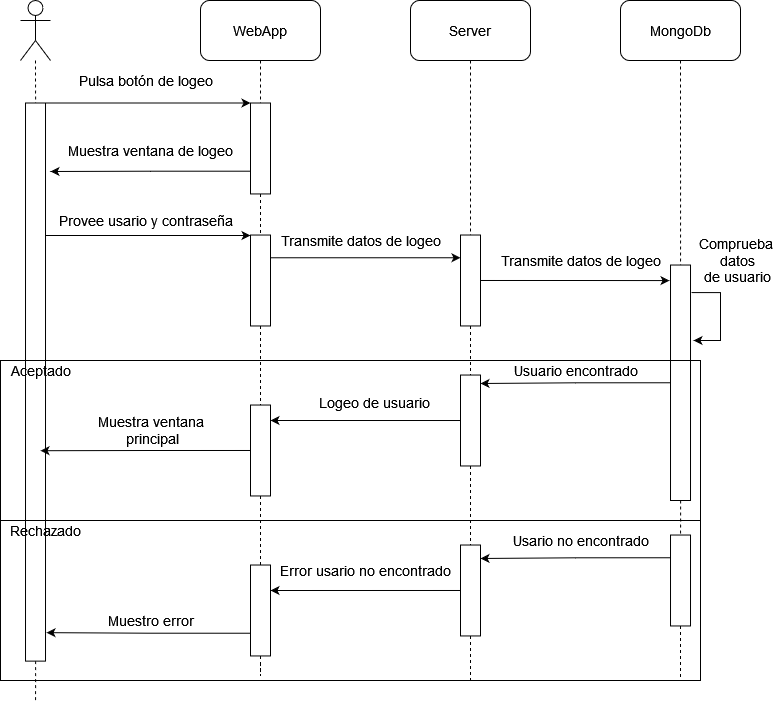
Arquisoft/dede_es4b keeps this draw.io diagram as docs/images/Login.png. Above is the earlier version. Source tidied: cells renumbered, new cells last; positions are measured from the earlier drawing's top-left corner, leaving out a move shared by most shapes.
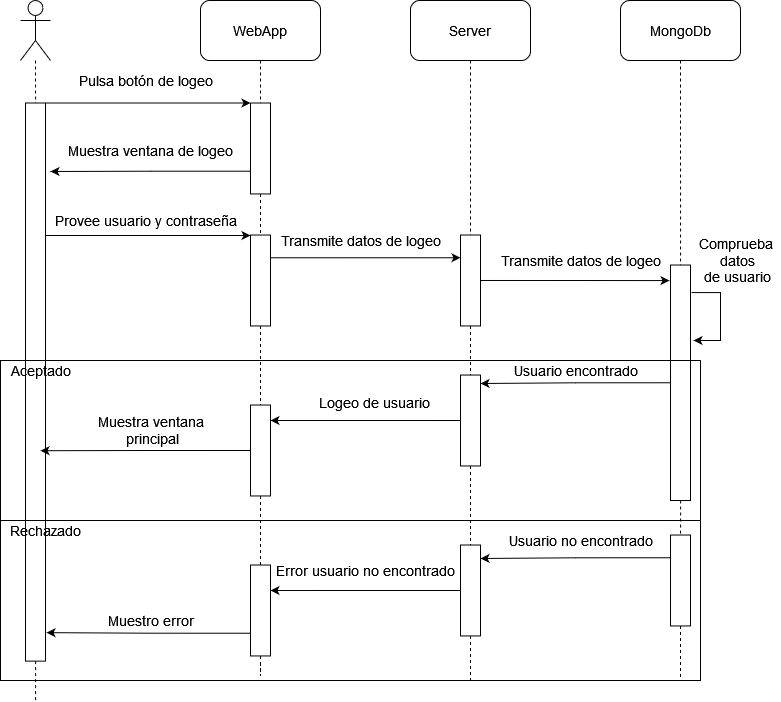
After the change.

Commit message:
Correción apartado 6 de la documentacion V1

Change to the diagram source:
```diff
@@ -77,8 +77,8 @@
     <mxCell id="21" style="edgeStyle=orthogonalEdgeStyle;rounded=0;jettySize=auto;html=1;dashed=1;fontSize=14;fontColor=none;endArrow=none;endFill=0;startArrow=none;" parent="1" edge="1" source="14" target="20">
       <mxGeometry relative="1" as="geometry" />
     </mxCell>
-    <mxCell id="22" value="Provee usario y contraseña" style="text;html=1;align=center;verticalAlign=middle;strokeColor=none;fillColor=none;fontSize=14;fontColor=none;" parent="1" vertex="1">
-      <mxGeometry x="294" y="210" width="190" height="20" as="geometry" />
+    <mxCell id="22" value="Provee usuario y contraseña" style="text;html=1;align=center;verticalAlign=middle;strokeColor=none;fillColor=none;fontSize=14;fontColor=none;" parent="1" vertex="1">
+      <mxGeometry x="289" y="210" width="200" height="20" as="geometry" />
     </mxCell>
     <mxCell id="23" style="edgeStyle=orthogonalEdgeStyle;rounded=0;jettySize=auto;html=1;exitX=0.5;exitY=0;exitDx=0;exitDy=0;entryX=0.066;entryY=1.05;entryDx=0;entryDy=0;entryPerimeter=0;fontSize=14;fontColor=none;startArrow=none;startFill=0;endArrow=classic;endFill=1;strokeColor=default;" parent="1" edge="1" source="24" target="29">
       <mxGeometry relative="1" as="geometry" />
@@ -192,10 +192,10 @@
     <mxCell id="54" value="Muestro error" style="text;html=1;align=center;verticalAlign=middle;strokeColor=none;fillColor=none;fontSize=14;fontColor=none;" parent="1" vertex="1">
       <mxGeometry x="344" y="610" width="100" height="20" as="geometry" />
     </mxCell>
-    <mxCell id="55" value="Usario no encontrado" style="text;html=1;align=center;verticalAlign=middle;strokeColor=none;fillColor=none;fontSize=14;fontColor=none;" parent="1" vertex="1">
-      <mxGeometry x="749" y="530" width="150" height="20" as="geometry" />
+    <mxCell id="55" value="&lt;div&gt;Usuario no encontrado&lt;/div&gt;" style="text;html=1;align=center;verticalAlign=middle;strokeColor=none;fillColor=none;fontSize=14;fontColor=none;" parent="1" vertex="1">
+      <mxGeometry x="744" y="530" width="160" height="20" as="geometry" />
     </mxCell>
-    <mxCell id="56" value="Error usario no encontrado" style="text;html=1;align=center;verticalAlign=middle;strokeColor=none;fillColor=none;fontSize=14;fontColor=none;" parent="1" vertex="1">
+    <mxCell id="56" value="&lt;div&gt;Error usuario no encontrado&lt;/div&gt;" style="text;html=1;align=center;verticalAlign=middle;strokeColor=none;fillColor=none;fontSize=14;fontColor=none;" parent="1" vertex="1">
       <mxGeometry x="514" y="560" width="190" height="20" as="geometry" />
     </mxCell>
     <mxCell id="57" style="rounded=0;whiteSpace=wrap;html=1;fontSize=14;fontColor=none;fillColor=none;" parent="1" vertex="1">
```
